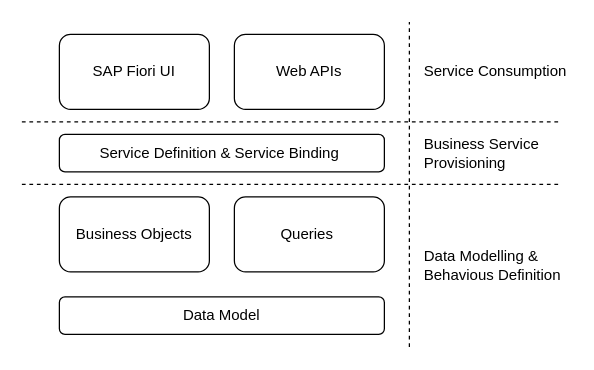
The draw.io diagram docs/imgs/abap_rap/rap_components.drawio in ceedee666/modern-abap-curriculum, before the edit. Source tidied: cells renumbered, new cells numbered last; positions are measured from the earlier drawing's top-left corner, leaving out a move shared by most shapes. Both pictures are drawn from the tidied source at 125%, with x=0, y=0 at pixel (21, 21).
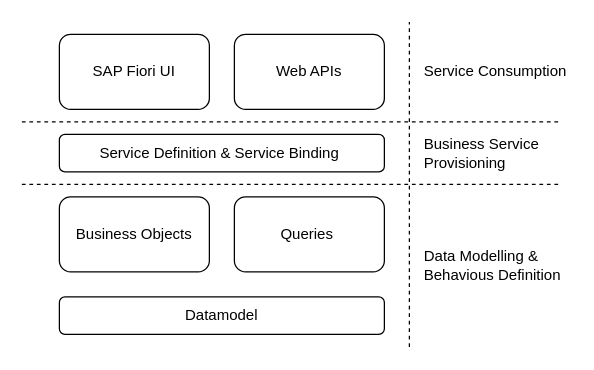
The same page after the edit.

Diff of the diagram source:
```diff
@@
 <mxGraphModel>
   <root>
     <mxCell id="0" />
     <mxCell id="1" parent="0" />
     <mxCell id="2" value="Business Objects&lt;br&gt;" style="rounded=1;whiteSpace=wrap;html=1;" parent="1" vertex="1">
       <mxGeometry x="30" y="140" width="120" height="60" as="geometry" />
     </mxCell>
-    <mxCell id="3" value="Data Model" style="rounded=1;whiteSpace=wrap;html=1;" parent="1" vertex="1">
+    <mxCell id="3" value="Datamodel" style="rounded=1;whiteSpace=wrap;html=1;" parent="1" vertex="1">
       <mxGeometry x="30" y="220" width="260" height="30" as="geometry" />
     </mxCell>
     <mxCell id="4" value="Queries&amp;nbsp;" style="rounded=1;whiteSpace=wrap;html=1;" parent="1" vertex="1">
       <mxGeometry x="170" y="140" width="120" height="60" as="geometry" />
     </mxCell>
     <mxCell id="5" value="Service Definition &amp;amp; Service Binding&amp;nbsp;" style="rounded=1;whiteSpace=wrap;html=1;" parent="1" vertex="1">
       <mxGeometry x="30" y="90" width="260" height="30" as="geometry" />
     </mxCell>
     <mxCell id="6" value="SAP Fiori UI" style="rounded=1;whiteSpace=wrap;html=1;" parent="1" vertex="1">
       <mxGeometry x="30" y="10" width="120" height="60" as="geometry" />
     </mxCell>
     <mxCell id="7" value="Web APIs" style="rounded=1;whiteSpace=wrap;html=1;" parent="1" vertex="1">
       <mxGeometry x="170" y="10" width="120" height="60" as="geometry" />
     </mxCell>
     <mxCell id="8" style="endArrow=none;dashed=1;html=1;rounded=0;" parent="1" edge="1">
       <mxGeometry relative="1" as="geometry">
         <mxPoint y="130" as="sourcePoint" />
         <mxPoint x="430" y="130" as="targetPoint" />
       </mxGeometry>
     </mxCell>
     <mxCell id="9" style="endArrow=none;dashed=1;html=1;rounded=0;" parent="1" edge="1">
       <mxGeometry relative="1" as="geometry">
         <mxPoint y="80" as="sourcePoint" />
         <mxPoint x="430" y="80" as="targetPoint" />
       </mxGeometry>
     </mxCell>
     <mxCell id="10" value="Data Modelling &amp;amp; Behavious Definition&amp;nbsp;" style="text;html=1;strokeColor=none;fillColor=none;align=left;verticalAlign=middle;whiteSpace=wrap;rounded=0;" parent="1" vertex="1">
       <mxGeometry x="320" y="180" width="120" height="30" as="geometry" />
     </mxCell>
     <mxCell id="11" style="endArrow=none;dashed=1;html=1;rounded=0;" parent="1" edge="1">
       <mxGeometry relative="1" as="geometry">
         <mxPoint x="310" y="260" as="sourcePoint" />
         <mxPoint x="310" as="targetPoint" />
       </mxGeometry>
     </mxCell>
     <mxCell id="12" style="edgeStyle=orthogonalEdgeStyle;rounded=0;orthogonalLoop=1;jettySize=auto;html=1;exitX=0.5;exitY=1;exitDx=0;exitDy=0;" parent="1" edge="1" source="3" target="3">
       <mxGeometry relative="1" as="geometry" />
     </mxCell>
     <mxCell id="13" value="Business Service Provisioning" style="text;html=1;strokeColor=none;fillColor=none;align=left;verticalAlign=middle;whiteSpace=wrap;rounded=0;" parent="1" vertex="1">
       <mxGeometry x="320" y="90" width="120" height="30" as="geometry" />
     </mxCell>
     <mxCell id="14" value="Service Consumption&amp;nbsp;" style="text;html=1;strokeColor=none;fillColor=none;align=left;verticalAlign=middle;whiteSpace=wrap;rounded=0;" parent="1" vertex="1">
       <mxGeometry x="320" y="25" width="120" height="30" as="geometry" />
     </mxCell>
   </root>
 </mxGraphModel>
```
